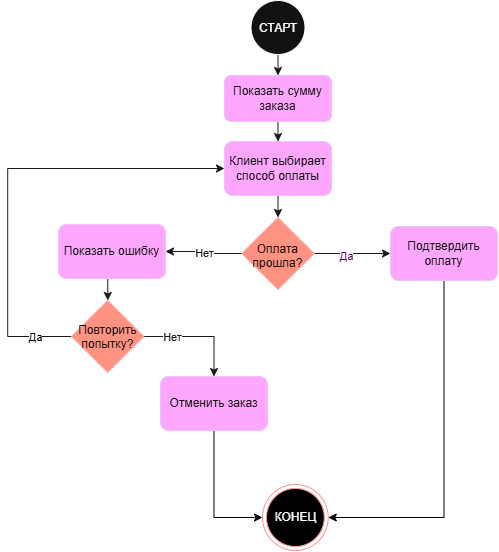
Earlier version of the draw.io export lab1/diagrams/activity-uml.png (Darya-Sevashko/visual-programming-labs-Sevashko). Source tidied: cells renumbered, new cells last; positions are measured from the earlier drawing's top-left corner, leaving out a move shared by most shapes. Source of this version:
```xml
<mxGraphModel>
  <root>
    <mxCell id="0" />
    <mxCell id="1" parent="0" />
    <mxCell id="2" style="edgeStyle=orthogonalEdgeStyle;rounded=0;jettySize=auto;html=1;exitX=0.5;exitY=1;exitDx=0;exitDy=0;entryX=0.5;entryY=0;entryDx=0;entryDy=0;strokeColor=light-dark(#000000,#1A1A1A);" parent="1" edge="1" source="3" target="5">
      <mxGeometry relative="1" as="geometry" />
    </mxCell>
    <mxCell id="3" value="СТАРТ" style="ellipse;whiteSpace=wrap;html=1;shapeInside=1;" parent="1" vertex="1">
      <mxGeometry x="243.5" width="54" height="54" as="geometry" />
    </mxCell>
    <mxCell id="4" style="edgeStyle=orthogonalEdgeStyle;rounded=0;jettySize=auto;html=1;exitX=0.5;exitY=1;exitDx=0;exitDy=0;entryX=0.5;entryY=0;entryDx=0;entryDy=0;strokeColor=light-dark(#000000,#1A1A1A);" parent="1" edge="1" source="5" target="13">
      <mxGeometry relative="1" as="geometry" />
    </mxCell>
    <mxCell id="5" value="Показать сумму заказа" style="rounded=1;whiteSpace=wrap;html=1;fillColor=#6a00ff;strokeColor=#3700CC;fontColor=#ffffff;" parent="1" vertex="1">
      <mxGeometry x="217" y="75" width="107" height="46" as="geometry" />
    </mxCell>
    <mxCell id="6" style="edgeStyle=orthogonalEdgeStyle;rounded=0;jettySize=auto;html=1;exitX=1;exitY=0.5;exitDx=0;exitDy=0;entryX=0;entryY=0.5;entryDx=0;entryDy=0;strokeColor=light-dark(#000000,#1A1A1A);" parent="1" edge="1" source="10" target="17">
      <mxGeometry relative="1" as="geometry" />
    </mxCell>
    <mxCell id="7" value="Да" style="edgeLabel;html=1;align=center;verticalAlign=middle;labelBackgroundColor=light-dark(#FFFFFF,#FFFFFF);labelBorderColor=none;fontColor=light-dark(#000000,#660066);" parent="6" vertex="1">
      <mxGeometry x="-0.16" y="-2" relative="1" as="geometry" />
    </mxCell>
    <mxCell id="8" style="edgeStyle=orthogonalEdgeStyle;rounded=0;jettySize=auto;html=1;exitX=0;exitY=0.5;exitDx=0;exitDy=0;entryX=1;entryY=0.5;entryDx=0;entryDy=0;strokeColor=light-dark(#000000,#1A1A1A);" parent="1" edge="1" source="10" target="15">
      <mxGeometry relative="1" as="geometry">
        <Array as="points">
          <mxPoint x="199.4" y="253" />
          <mxPoint x="199.4" y="251" />
        </Array>
      </mxGeometry>
    </mxCell>
    <mxCell id="9" value="Нет" style="edgeLabel;html=1;align=center;verticalAlign=middle;labelBackgroundColor=light-dark(#FFFFFF,#FFFFFF);fontColor=light-dark(#000000,#1A1A1A);" parent="8" vertex="1">
      <mxGeometry x="0.03" y="1" relative="1" as="geometry" />
    </mxCell>
    <mxCell id="10" value="Оплата прошла?" style="rhombus;whiteSpace=wrap;html=1;shapeInside=1;fillColor=#e51400;fontColor=#ffffff;strokeColor=#B20000;" parent="1" vertex="1">
      <mxGeometry x="234.2" y="217" width="72.5" height="72" as="geometry" />
    </mxCell>
    <mxCell id="11" value="КОНЕЦ" style="ellipse;html=1;shape=endState;fillColor=light-dark(#000000,#000000);strokeColor=#ff0000;" parent="1" vertex="1">
      <mxGeometry x="255" y="484" width="65.8" height="66" as="geometry" />
    </mxCell>
    <mxCell id="12" style="edgeStyle=orthogonalEdgeStyle;rounded=0;jettySize=auto;html=1;exitX=0.5;exitY=1;exitDx=0;exitDy=0;entryX=0.5;entryY=0;entryDx=0;entryDy=0;strokeColor=light-dark(#000000,#1A1A1A);" parent="1" edge="1" source="13" target="10">
      <mxGeometry relative="1" as="geometry" />
    </mxCell>
    <mxCell id="13" value="Клиент выбирает способ оплаты" style="rounded=1;whiteSpace=wrap;html=1;fillColor=#6a00ff;strokeColor=#3700CC;fontColor=#ffffff;" parent="1" vertex="1">
      <mxGeometry x="217" y="141" width="107" height="54" as="geometry" />
    </mxCell>
    <mxCell id="14" style="edgeStyle=orthogonalEdgeStyle;rounded=0;jettySize=auto;html=1;exitX=0.5;exitY=1;exitDx=0;exitDy=0;entryX=0.5;entryY=0;entryDx=0;entryDy=0;strokeColor=light-dark(#000000,#1A1A1A);" parent="1" edge="1" source="15" target="23">
      <mxGeometry relative="1" as="geometry" />
    </mxCell>
    <mxCell id="15" value="Показать ошибку" style="rounded=1;whiteSpace=wrap;html=1;fillColor=#6a00ff;strokeColor=#3700CC;fontColor=#ffffff;" parent="1" vertex="1">
      <mxGeometry x="51" y="224" width="107" height="54" as="geometry" />
    </mxCell>
    <mxCell id="16" style="edgeStyle=orthogonalEdgeStyle;rounded=0;jettySize=auto;html=1;exitX=0.5;exitY=1;exitDx=0;exitDy=0;entryX=1;entryY=0.5;entryDx=0;entryDy=0;strokeColor=light-dark(#000000,#000000);" parent="1" edge="1" source="17" target="11">
      <mxGeometry relative="1" as="geometry" />
    </mxCell>
    <mxCell id="17" value="Подтвердить оплату" style="rounded=1;whiteSpace=wrap;html=1;fillColor=#6a00ff;strokeColor=#3700CC;fontColor=#ffffff;" parent="1" vertex="1">
      <mxGeometry x="383" y="226" width="107" height="54" as="geometry" />
    </mxCell>
    <mxCell id="18" style="edgeStyle=orthogonalEdgeStyle;rounded=0;jettySize=auto;html=1;exitX=0.5;exitY=1;exitDx=0;exitDy=0;entryX=0;entryY=0.5;entryDx=0;entryDy=0;fontColor=light-dark(#000000,#000000);labelBackgroundColor=none;strokeColor=light-dark(#000000,#000000);" parent="1" edge="1" source="19" target="11">
      <mxGeometry relative="1" as="geometry" />
    </mxCell>
    <mxCell id="19" value="Отменить заказ" style="rounded=1;whiteSpace=wrap;html=1;fillColor=#6a00ff;strokeColor=#3700CC;fontColor=#ffffff;" parent="1" vertex="1">
      <mxGeometry x="153" y="376" width="107" height="54" as="geometry" />
    </mxCell>
    <mxCell id="20" style="edgeStyle=orthogonalEdgeStyle;rounded=0;jettySize=auto;html=1;exitX=0;exitY=0.5;exitDx=0;exitDy=0;entryX=0;entryY=0.5;entryDx=0;entryDy=0;strokeColor=light-dark(#000000,#1A1A1A);labelBackgroundColor=light-dark(#FFFFFF,#FFFFFF);fontColor=light-dark(#000000,#000000);textShadow=1;" parent="1" edge="1" source="23" target="13">
      <mxGeometry relative="1" as="geometry">
        <Array as="points">
          <mxPoint x="0.2" y="336" />
          <mxPoint x="0.2" y="168" />
        </Array>
      </mxGeometry>
    </mxCell>
    <mxCell id="21" value="Да" style="edgeLabel;html=1;align=center;verticalAlign=middle;labelBackgroundColor=light-dark(#FFFFFF,#FFFFFF);fontColor=light-dark(#000000,#000000);" parent="20" vertex="1">
      <mxGeometry x="-0.86" y="1" relative="1" as="geometry">
        <mxPoint x="-6" y="-1" as="offset" />
      </mxGeometry>
    </mxCell>
    <mxCell id="22" style="edgeStyle=orthogonalEdgeStyle;rounded=0;jettySize=auto;html=1;exitX=1;exitY=0.5;exitDx=0;exitDy=0;entryX=0.5;entryY=0;entryDx=0;entryDy=0;strokeColor=light-dark(#000000,#1A1A1A);" parent="1" edge="1" source="23" target="19">
      <mxGeometry relative="1" as="geometry" />
    </mxCell>
    <mxCell id="23" value="Повторить попытку?" style="rhombus;whiteSpace=wrap;html=1;shapeInside=1;fillColor=#e51400;fontColor=#ffffff;strokeColor=#B20000;" parent="1" vertex="1">
      <mxGeometry x="64" y="300" width="72.5" height="72" as="geometry" />
    </mxCell>
    <mxCell id="24" value="Нет" style="edgeLabel;html=1;align=center;verticalAlign=middle;labelBackgroundColor=light-dark(#FFFFFF,#FFFFFF);fontColor=light-dark(#000000,#1A1A1A);" parent="1" vertex="1">
      <mxGeometry x="164" y="336" as="geometry" />
    </mxCell>
  </root>
</mxGraphModel>
```
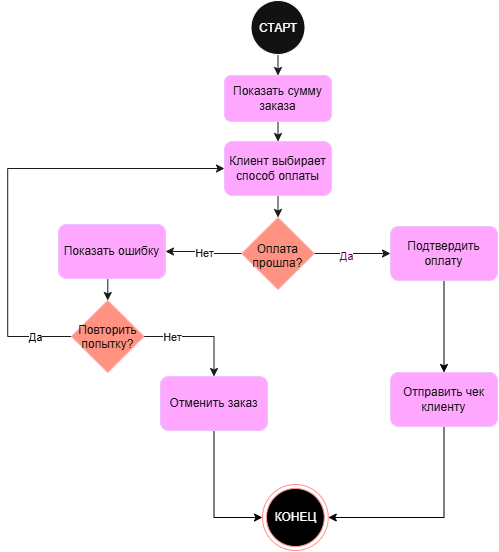
After the change.

Commit message:
Update UML Activity: add minor element

Diff of the diagram source:
```diff
@@ -49,9 +49,12 @@
     <mxCell id="15" value="Показать ошибку" style="rounded=1;whiteSpace=wrap;html=1;fillColor=#6a00ff;strokeColor=#3700CC;fontColor=#ffffff;" parent="1" vertex="1">
       <mxGeometry x="51" y="224" width="107" height="54" as="geometry" />
     </mxCell>
-    <mxCell id="16" style="edgeStyle=orthogonalEdgeStyle;rounded=0;jettySize=auto;html=1;exitX=0.5;exitY=1;exitDx=0;exitDy=0;entryX=1;entryY=0.5;entryDx=0;entryDy=0;strokeColor=light-dark(#000000,#000000);" parent="1" edge="1" source="17" target="11">
+    <mxCell id="16" style="edgeStyle=orthogonalEdgeStyle;rounded=0;jettySize=auto;html=1;exitX=0.5;exitY=1;exitDx=0;exitDy=0;entryX=1;entryY=0.5;entryDx=0;entryDy=0;strokeColor=light-dark(#000000,#000000);" parent="1" edge="1" source="26" target="11">
       <mxGeometry relative="1" as="geometry" />
     </mxCell>
+    <mxCell id="25" style="edgeStyle=orthogonalEdgeStyle;rounded=0;jettySize=auto;html=1;exitX=0.5;exitY=1;exitDx=0;exitDy=0;entryX=0.5;entryY=0;entryDx=0;entryDy=0;strokeColor=light-dark(#000000,#000000);" parent="1" edge="1" source="17" target="26">
+      <mxGeometry relative="1" as="geometry" />
+    </mxCell>
     <mxCell id="17" value="Подтвердить оплату" style="rounded=1;whiteSpace=wrap;html=1;fillColor=#6a00ff;strokeColor=#3700CC;fontColor=#ffffff;" parent="1" vertex="1">
       <mxGeometry x="383" y="226" width="107" height="54" as="geometry" />
     </mxCell>
@@ -83,5 +86,8 @@
     <mxCell id="24" value="Нет" style="edgeLabel;html=1;align=center;verticalAlign=middle;labelBackgroundColor=light-dark(#FFFFFF,#FFFFFF);fontColor=light-dark(#000000,#1A1A1A);" parent="1" vertex="1">
       <mxGeometry x="164" y="336" as="geometry" />
     </mxCell>
+    <mxCell id="26" value="Отправить чек клиенту" style="rounded=1;whiteSpace=wrap;html=1;fillColor=#6a00ff;strokeColor=#3700CC;fontColor=#ffffff;" parent="1" vertex="1">
+      <mxGeometry x="383" y="372" width="107" height="54" as="geometry" />
+    </mxCell>
   </root>
 </mxGraphModel>
```
